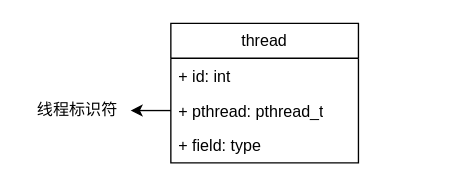
Above: C-Thread-Pool.drawio in 200928/image (draw.io), before the change. Source tidied: cells renumbered, new cells numbered last; positions are measured from the earlier drawing's top-left corner, leaving out a move shared by most shapes. Both pictures are drawn from the tidied source at 134%, with x=0, y=0 at pixel (23, 23).
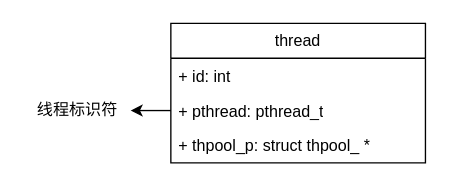
The same page after the edit.

The edit, as a diff of the source:
```diff
@@
 <mxGraphModel>
   <root>
     <mxCell id="0" />
     <mxCell id="1" parent="0" />
     <mxCell id="2" value="thread" style="swimlane;fontStyle=0;horizontal=1;startSize=26;fillColor=none;whiteSpace=wrap;html=1;" parent="1" vertex="1">
-      <mxGeometry x="110" width="140" height="104" as="geometry" />
+      <mxGeometry x="110" width="190" height="104" as="geometry" />
     </mxCell>
     <mxCell id="3" value="+ id: int" style="text;strokeColor=none;fillColor=none;align=left;verticalAlign=top;spacingLeft=4;spacingRight=4;overflow=hidden;whiteSpace=wrap;html=1;" parent="2" vertex="1">
-      <mxGeometry y="26" width="140" height="26" as="geometry" />
+      <mxGeometry y="26" width="190" height="26" as="geometry" />
     </mxCell>
     <mxCell id="4" style="edgeStyle=orthogonalEdgeStyle;rounded=0;jettySize=auto;html=1;exitX=0;exitY=0.5;exitDx=0;exitDy=0;" parent="2" edge="1" source="5">
       <mxGeometry relative="1" as="geometry">
         <mxPoint x="-30" y="64.9" as="targetPoint" />
       </mxGeometry>
     </mxCell>
     <mxCell id="5" value="+ pthread: pthread_t" style="text;strokeColor=none;fillColor=none;align=left;verticalAlign=top;spacingLeft=4;spacingRight=4;overflow=hidden;points=[[0,0.5],[1,0.5]];portConstraint=eastwest;whiteSpace=wrap;html=1;" parent="2" vertex="1">
-      <mxGeometry y="52" width="140" height="26" as="geometry" />
+      <mxGeometry y="52" width="190" height="26" as="geometry" />
     </mxCell>
-    <mxCell id="6" value="+ field: type" style="text;strokeColor=none;fillColor=none;align=left;verticalAlign=top;spacingLeft=4;spacingRight=4;overflow=hidden;whiteSpace=wrap;html=1;" parent="2" vertex="1">
-      <mxGeometry y="78" width="140" height="26" as="geometry" />
+    <mxCell id="6" value="+ thpool_p: struct thpool_ *" style="text;strokeColor=none;fillColor=none;align=left;verticalAlign=top;spacingLeft=4;spacingRight=4;overflow=hidden;whiteSpace=wrap;html=1;" parent="2" vertex="1">
+      <mxGeometry y="78" width="190" height="26" as="geometry" />
     </mxCell>
     <mxCell id="7" value="线程标识符" style="text;html=1;align=center;verticalAlign=middle;strokeColor=none;fillColor=none;" parent="1" vertex="1">
       <mxGeometry y="50" width="80" height="30" as="geometry" />
     </mxCell>
   </root>
 </mxGraphModel>
```
